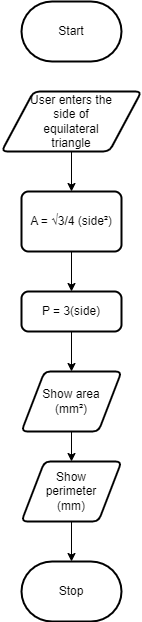
The draw.io diagram designs/flowchart.png in KaitlynIp64/ICS3UR-Assignment-2-Python, before a commit. Source tidied: cells renumbered, new cells last; positions are measured from the earlier drawing's top-left corner, leaving out a move shared by most shapes.
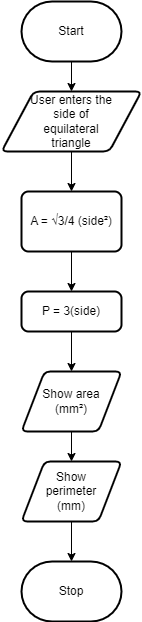
Above is the later version.

Change to the diagram source:
```diff
@@ -2,6 +2,9 @@
   <root>
     <mxCell id="0" />
     <mxCell id="1" parent="0" />
+    <mxCell id="14" style="edgeStyle=none;html=1;entryX=0.5;entryY=0;entryDx=0;entryDy=0;" parent="1" edge="1" source="2" target="4">
+      <mxGeometry relative="1" as="geometry" />
+    </mxCell>
     <mxCell id="2" value="Start" style="strokeWidth=2;html=1;shape=mxgraph.flowchart.terminator;whiteSpace=wrap;" parent="1" vertex="1">
       <mxGeometry x="20" width="100" height="60" as="geometry" />
     </mxCell>
```
